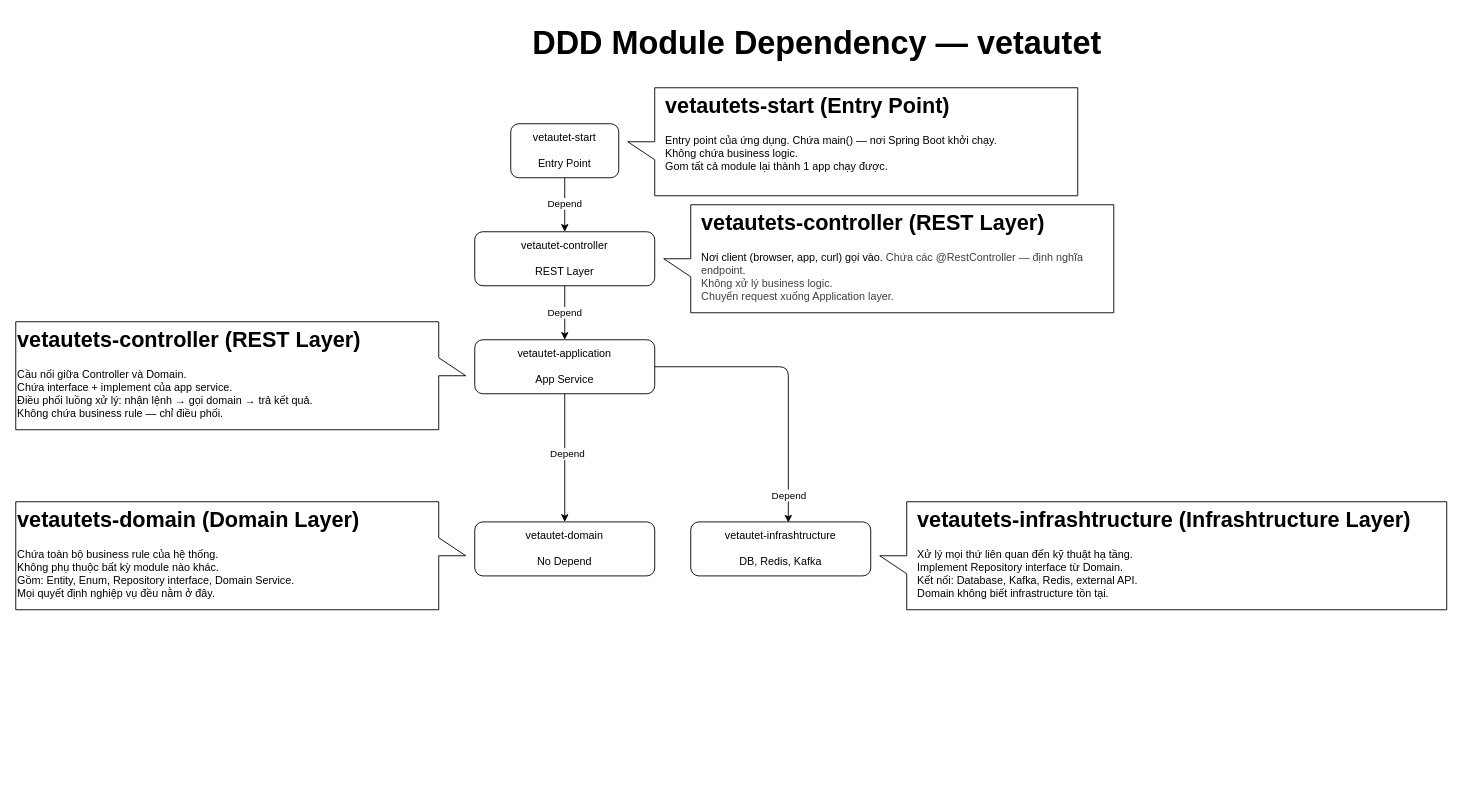
Before: module-dependency-diagram.drawio in FongFox/spring-ddd-ticket-booking, a draw.io diagram. Source tidied: cells renumbered, new cells numbered last; positions are measured from the earlier drawing's top-left corner, leaving out a move shared by most shapes. Both pictures are drawn from the tidied source at 90%, with x=0, y=0 at pixel (15, -84).
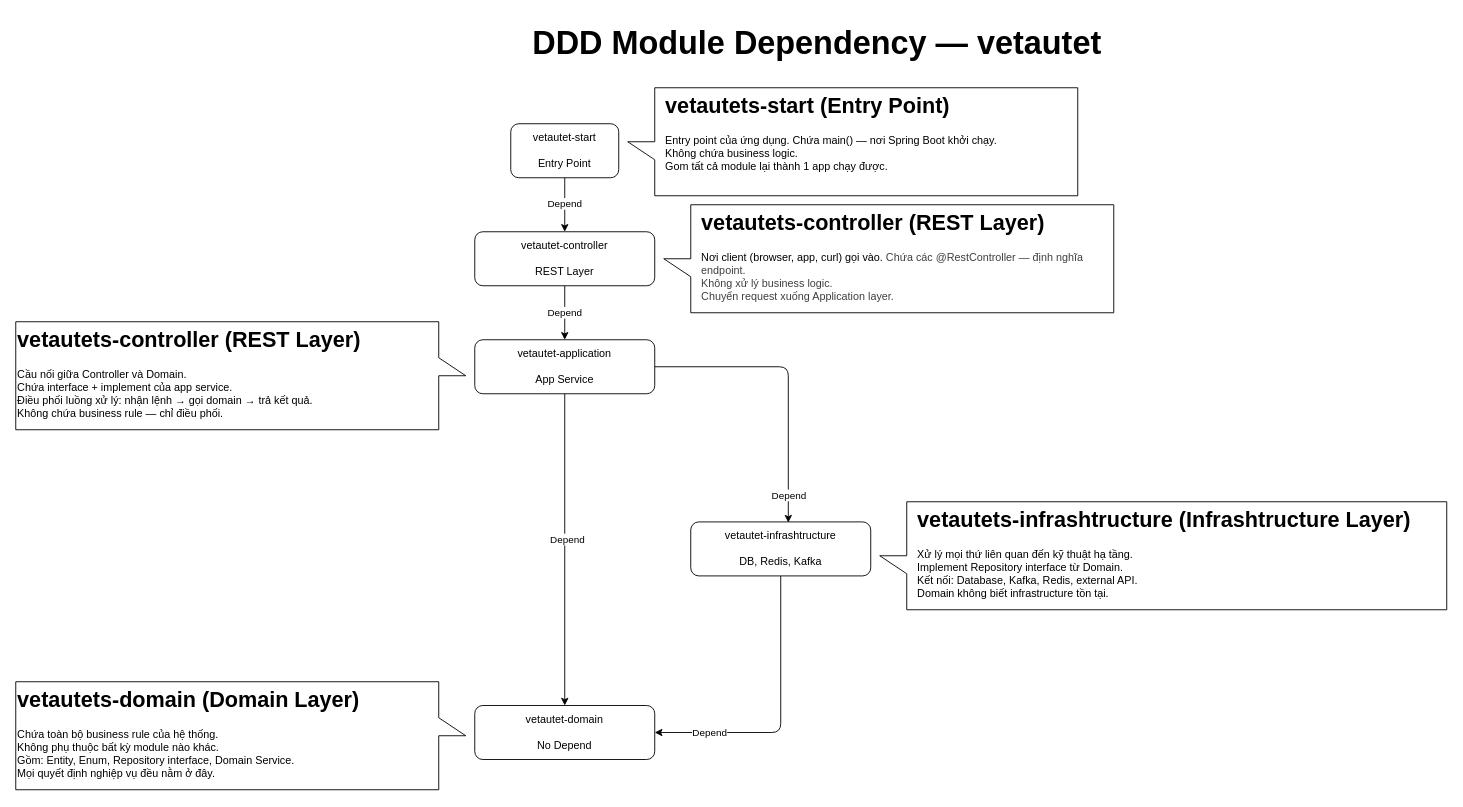
After the change.

Commit message:
docs: 📐 update module dependency diagram — add infrastructure → domain arrow

Unchanged cells that the change refers to:
```xml
<mxCell id="13" value="vetautet-infrashtructure&lt;div&gt;&lt;br&gt;&lt;/div&gt;&lt;div&gt;DB, Redis, Kafka&lt;/div&gt;" style="rounded=1;whiteSpace=wrap;html=1;" parent="1" vertex="1">
  <mxGeometry x="750" y="672.4" width="200" height="60" as="geometry" />
</mxCell>
```

The edit, as a diff of the source:
```diff
@@
     <mxCell id="12" value="vetautet-domain&lt;div&gt;&lt;br&gt;&lt;/div&gt;&lt;div&gt;No Depend&lt;/div&gt;" style="rounded=1;whiteSpace=wrap;html=1;" parent="1" vertex="1">
-      <mxGeometry x="510" y="672.4" width="200" height="60" as="geometry" />
+      <mxGeometry x="510" y="876.4" width="200" height="60" as="geometry" />
     </mxCell>
+    <mxCell id="27" style="edgeStyle=orthogonalEdgeStyle;html=1;entryX=1;entryY=0.5;entryDx=0;entryDy=0;exitX=0.5;exitY=1;exitDx=0;exitDy=0;" parent="1" edge="1" source="13" target="12">
+      <mxGeometry relative="1" as="geometry" />
+    </mxCell>
+    <mxCell id="28" value="Depend" style="edgeLabel;html=1;align=center;verticalAlign=middle;" parent="27" vertex="1">
+      <mxGeometry x="0.16" y="-1" relative="1" as="geometry">
+        <mxPoint x="-72" y="1" as="offset" />
+      </mxGeometry>
+    </mxCell>
@@
     <mxCell id="23" style="shape=callout;whiteSpace=wrap;html=1;perimeter=calloutPerimeter;rotation=-90;" parent="1" vertex="1">
-      <mxGeometry x="190" y="460" width="120" height="500" as="geometry" />
+      <mxGeometry x="190" y="660" width="120" height="500" as="geometry" />
     </mxCell>
     <mxCell id="24" value="&lt;h1 style=&quot;margin-top: 0px;&quot;&gt;vetautets-domain (Domain Layer)&lt;/h1&gt;&lt;p&gt;Chứa toàn bộ business rule của hệ thống.&lt;br/&gt;Không phụ thuộc bất kỳ module nào khác.&lt;br/&gt;Gồm: Entity, Enum, Repository interface, Domain Service.&lt;br/&gt;Mọi quyết định nghiệp vụ đều nằm ở đây.&lt;/p&gt;&lt;p&gt;&lt;br&gt;&lt;/p&gt;" style="text;html=1;whiteSpace=wrap;overflow=hidden;rounded=0;" parent="1" vertex="1">
-      <mxGeometry y="650" width="470" height="120" as="geometry" />
+      <mxGeometry y="850" width="470" height="120" as="geometry" />
     </mxCell>
```
